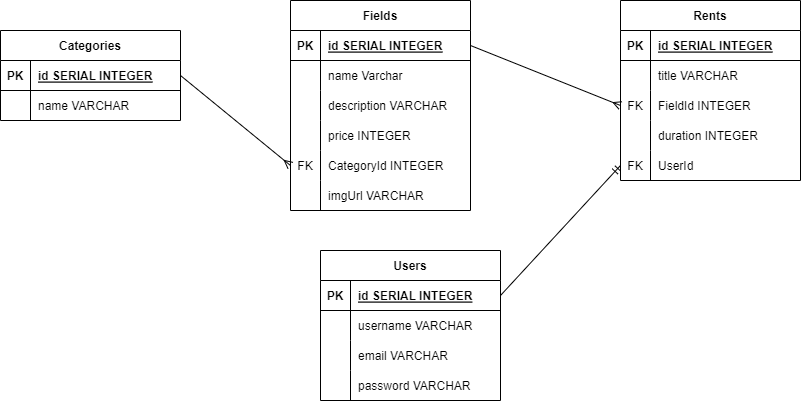
This is server/erd.drawio.png from H8-FSJS-P2S5/IP-HCK69, a draw.io export, as it was before one commit. Source tidied: cells renumbered, new cells last; positions are measured from the earlier drawing's top-left corner, leaving out a move shared by most shapes.
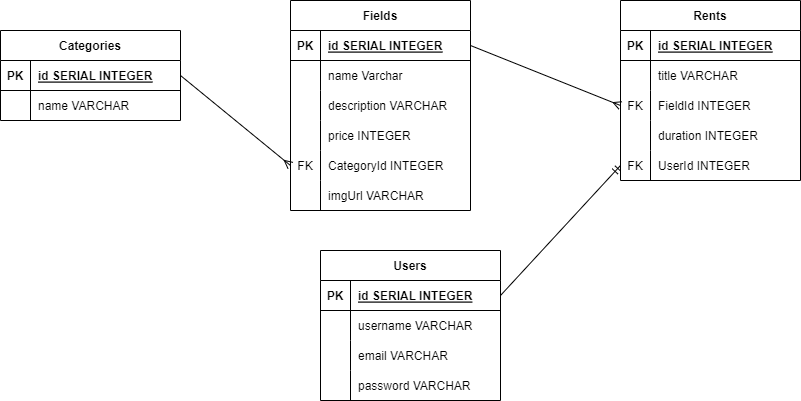
Later version of the same file.

Change to the diagram source:
```diff
@@ -125,7 +125,7 @@
     <mxCell id="42" value="FK" style="shape=partialRectangle;fillColor=none;top=0;left=0;bottom=0;right=0;overflow=hidden;" parent="41" vertex="1">
       <mxGeometry width="30" height="30" as="geometry" />
     </mxCell>
-    <mxCell id="43" value="UserId" style="shape=partialRectangle;fillColor=none;top=0;left=0;bottom=0;right=0;align=left;spacingLeft=6;overflow=hidden;" parent="41" vertex="1">
+    <mxCell id="43" value="UserId INTEGER" style="shape=partialRectangle;fillColor=none;top=0;left=0;bottom=0;right=0;align=left;spacingLeft=6;overflow=hidden;" parent="41" vertex="1">
       <mxGeometry x="30" width="150" height="30" as="geometry" />
     </mxCell>
     <mxCell id="44" value="Users" style="shape=table;startSize=30;rowLines=0;fontStyle=1;align=center;" parent="1" vertex="1">
```
